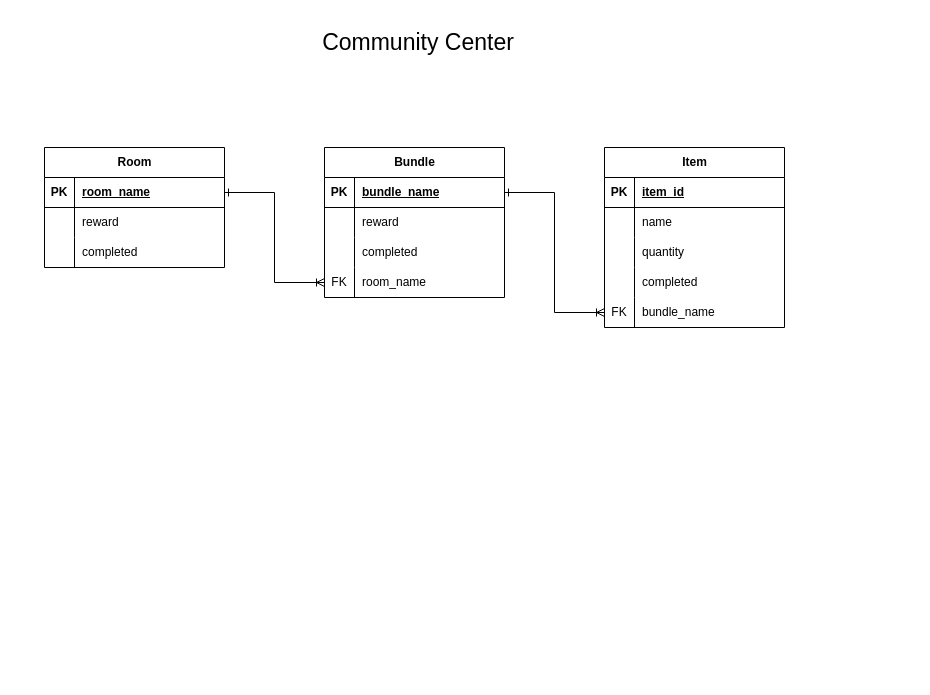
Earlier version of the draw.io diagram database.drawio (arapg/stardew-valley-tracker). Source tidied: cells renumbered, new cells numbered last; positions are measured from the earlier drawing's top-left corner, leaving out a move shared by most shapes. Both pictures are drawn from the tidied source at 100%, with x=0, y=0 at pixel (44, 17).
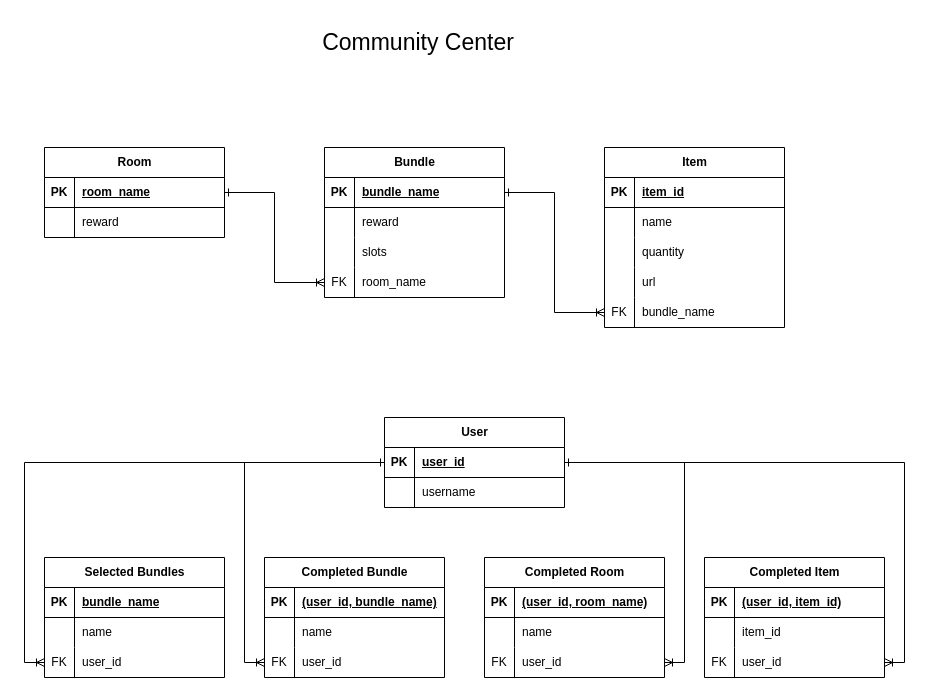
The same diagram, later.

Unchanged cells that the change refers to:
```xml
<mxCell id="13" value="Bundle" style="shape=table;startSize=30;childLayout=tableLayout;rowLines=0;fontStyle=1;align=center;html=1;swimlaneLine=1;" parent="1" vertex="1">
  <mxGeometry x="280" y="130" width="180" height="150" as="geometry" />
</mxCell>
<mxCell id="36" style="shape=tableRow;horizontal=0;startSize=0;swimlaneHead=0;swimlaneBody=0;fillColor=none;top=0;left=0;right=0;bottom=0;" parent="26" vertex="1">
  <mxGeometry y="120" width="180" height="30" as="geometry" />
</mxCell>
```

Diff of the diagram source:
```diff
@@
     <mxCell id="2" value="Room" style="shape=table;startSize=30;childLayout=tableLayout;rowLines=0;fontStyle=1;align=center;html=1;" parent="1" vertex="1">
-      <mxGeometry y="130" width="180" height="120" as="geometry" />
+      <mxGeometry y="130" width="180" height="90" as="geometry" />
     </mxCell>
@@
-    <mxCell id="9" style="shape=tableRow;horizontal=0;startSize=0;swimlaneHead=0;swimlaneBody=0;fillColor=none;top=0;left=0;right=0;bottom=0;" parent="2" vertex="1">
-      <mxGeometry y="90" width="180" height="30" as="geometry" />
-    </mxCell>
-    <mxCell id="10" style="shape=partialRectangle;fillColor=none;top=0;left=0;bottom=0;right=0;overflow=hidden;whiteSpace=wrap;html=1;" parent="9" vertex="1">
-      <mxGeometry width="30" height="30" as="geometry" />
-    </mxCell>
-    <mxCell id="11" value="completed" style="shape=partialRectangle;fillColor=none;top=0;left=0;bottom=0;right=0;align=left;spacingLeft=6;overflow=hidden;whiteSpace=wrap;html=1;" parent="9" vertex="1">
-      <mxGeometry x="30" width="150" height="30" as="geometry" />
-    </mxCell>
@@
-    <mxCell id="20" style="shape=tableRow;horizontal=0;startSize=0;swimlaneHead=0;swimlaneBody=0;fillColor=none;top=0;left=0;right=0;bottom=0;" parent="13" vertex="1">
-      <mxGeometry y="90" width="180" height="30" as="geometry" />
-    </mxCell>
-    <mxCell id="21" style="shape=partialRectangle;fillColor=none;top=0;left=0;bottom=0;right=0;overflow=hidden;whiteSpace=wrap;html=1;" parent="20" vertex="1">
-      <mxGeometry width="30" height="30" as="geometry" />
-    </mxCell>
-    <mxCell id="22" value="completed" style="shape=partialRectangle;fillColor=none;top=0;left=0;bottom=0;right=0;align=left;spacingLeft=6;overflow=hidden;whiteSpace=wrap;html=1;" parent="20" vertex="1">
-      <mxGeometry x="30" width="150" height="30" as="geometry" />
-    </mxCell>
+    <mxCell id="44" style="shape=tableRow;horizontal=0;startSize=0;swimlaneHead=0;swimlaneBody=0;fillColor=none;top=0;left=0;right=0;bottom=0;" parent="13" vertex="1">
+      <mxGeometry y="90" width="180" height="30" as="geometry" />
+    </mxCell>
+    <mxCell id="45" style="shape=partialRectangle;fillColor=none;top=0;left=0;bottom=0;right=0;overflow=hidden;whiteSpace=wrap;html=1;" parent="44" vertex="1">
+      <mxGeometry width="30" height="30" as="geometry" />
+    </mxCell>
+    <mxCell id="46" value="slots" style="shape=partialRectangle;fillColor=none;top=0;left=0;bottom=0;right=0;align=left;spacingLeft=6;overflow=hidden;whiteSpace=wrap;html=1;" parent="44" vertex="1">
+      <mxGeometry x="30" width="150" height="30" as="geometry" />
+    </mxCell>
@@
-    <mxCell id="38" value="completed" style="shape=partialRectangle;fillColor=none;top=0;left=0;bottom=0;right=0;align=left;spacingLeft=6;overflow=hidden;whiteSpace=wrap;html=1;" parent="36" vertex="1">
+    <mxCell id="38" value="url" style="shape=partialRectangle;fillColor=none;top=0;left=0;bottom=0;right=0;align=left;spacingLeft=6;overflow=hidden;whiteSpace=wrap;html=1;" parent="36" vertex="1">
       <mxGeometry x="30" width="150" height="30" as="geometry" />
     </mxCell>
@@
+    <mxCell id="47" style="edgeStyle=orthogonalEdgeStyle;rounded=0;jettySize=auto;html=1;entryX=1;entryY=0.5;entryDx=0;entryDy=0;endArrow=ERoneToMany;endFill=0;" parent="1" edge="1" source="48" target="92">
+      <mxGeometry relative="1" as="geometry">
+        <Array as="points">
+          <mxPoint x="860" y="445" />
+          <mxPoint x="860" y="645" />
+        </Array>
+      </mxGeometry>
+    </mxCell>
+    <mxCell id="48" value="User" style="shape=table;startSize=30;childLayout=tableLayout;rowLines=0;fontStyle=1;align=center;html=1;" parent="1" vertex="1">
+      <mxGeometry x="340" y="400" width="180" height="90" as="geometry" />
+    </mxCell>
+    <mxCell id="49" style="shape=tableRow;horizontal=0;startSize=0;swimlaneHead=0;swimlaneBody=0;fillColor=none;points=[[0,0.5],[1,0.5]];portConstraint=eastwest;top=0;left=0;right=0;bottom=1;" parent="48" vertex="1">
+      <mxGeometry y="30" width="180" height="30" as="geometry" />
+    </mxCell>
+    <mxCell id="50" value="PK" style="shape=partialRectangle;fillColor=none;top=0;left=0;bottom=0;right=0;fontStyle=1;overflow=hidden;whiteSpace=wrap;html=1;" parent="49" vertex="1">
+      <mxGeometry width="30" height="30" as="geometry" />
+    </mxCell>
+    <mxCell id="51" value="user_id" style="shape=partialRectangle;fillColor=none;top=0;left=0;bottom=0;right=0;align=left;spacingLeft=6;fontStyle=5;overflow=hidden;whiteSpace=wrap;html=1;" parent="49" vertex="1">
+      <mxGeometry x="30" width="150" height="30" as="geometry" />
+    </mxCell>
+    <mxCell id="52" style="shape=tableRow;horizontal=0;startSize=0;swimlaneHead=0;swimlaneBody=0;fillColor=none;top=0;left=0;right=0;bottom=0;" parent="48" vertex="1">
+      <mxGeometry y="60" width="180" height="30" as="geometry" />
+    </mxCell>
+    <mxCell id="53" style="shape=partialRectangle;fillColor=none;top=0;left=0;bottom=0;right=0;overflow=hidden;whiteSpace=wrap;html=1;" parent="52" vertex="1">
+      <mxGeometry width="30" height="30" as="geometry" />
+    </mxCell>
+    <mxCell id="54" value="username" style="shape=partialRectangle;fillColor=none;top=0;left=0;bottom=0;right=0;align=left;spacingLeft=6;overflow=hidden;whiteSpace=wrap;html=1;" parent="52" vertex="1">
+      <mxGeometry x="30" width="150" height="30" as="geometry" />
+    </mxCell>
+    <mxCell id="55" value="Selected Bundles" style="shape=table;startSize=30;childLayout=tableLayout;rowLines=0;fontStyle=1;align=center;html=1;swimlaneLine=1;" parent="1" vertex="1">
+      <mxGeometry y="540" width="180" height="120" as="geometry" />
+    </mxCell>
+    <mxCell id="56" style="shape=tableRow;horizontal=0;startSize=0;swimlaneHead=0;swimlaneBody=0;fillColor=none;top=0;left=0;right=0;bottom=1;" parent="55" vertex="1">
+      <mxGeometry y="30" width="180" height="30" as="geometry" />
+    </mxCell>
+    <mxCell id="57" value="PK" style="shape=partialRectangle;fillColor=none;top=0;left=0;bottom=0;right=0;fontStyle=1;overflow=hidden;whiteSpace=wrap;html=1;" parent="56" vertex="1">
+      <mxGeometry width="30" height="30" as="geometry" />
+    </mxCell>
+    <mxCell id="58" value="bundle_name" style="shape=partialRectangle;fillColor=none;top=0;left=0;bottom=0;right=0;align=left;spacingLeft=6;fontStyle=5;overflow=hidden;whiteSpace=wrap;html=1;" parent="56" vertex="1">
+      <mxGeometry x="30" width="150" height="30" as="geometry" />
+    </mxCell>
+    <mxCell id="59" style="shape=tableRow;horizontal=0;startSize=0;swimlaneHead=0;swimlaneBody=0;fillColor=none;top=0;left=0;right=0;bottom=0;" parent="55" vertex="1">
+      <mxGeometry y="60" width="180" height="30" as="geometry" />
+    </mxCell>
+    <mxCell id="60" style="shape=partialRectangle;fillColor=none;top=0;left=0;bottom=0;right=0;overflow=hidden;whiteSpace=wrap;html=1;" parent="59" vertex="1">
+      <mxGeometry width="30" height="30" as="geometry" />
+    </mxCell>
+    <mxCell id="61" value="name" style="shape=partialRectangle;fillColor=none;top=0;left=0;bottom=0;right=0;align=left;spacingLeft=6;overflow=hidden;whiteSpace=wrap;html=1;" parent="59" vertex="1">
+      <mxGeometry x="30" width="150" height="30" as="geometry" />
+    </mxCell>
+    <mxCell id="62" style="shape=tableRow;horizontal=0;startSize=0;swimlaneHead=0;swimlaneBody=0;fillColor=none;points=[[0,0.5],[1,0.5]];portConstraint=eastwest;top=0;left=0;right=0;bottom=0;" parent="55" vertex="1">
+      <mxGeometry y="90" width="180" height="30" as="geometry" />
+    </mxCell>
+    <mxCell id="63" value="FK" style="shape=partialRectangle;fillColor=none;top=0;left=0;bottom=0;right=0;overflow=hidden;whiteSpace=wrap;html=1;" parent="62" vertex="1">
+      <mxGeometry width="30" height="30" as="geometry" />
+    </mxCell>
+    <mxCell id="64" value="user_id" style="shape=partialRectangle;fillColor=none;top=0;left=0;bottom=0;right=0;align=left;spacingLeft=6;overflow=hidden;whiteSpace=wrap;html=1;" parent="62" vertex="1">
+      <mxGeometry x="30" width="150" height="30" as="geometry" />
+    </mxCell>
+    <mxCell id="65" value="Completed Bundle" style="shape=table;startSize=30;childLayout=tableLayout;rowLines=0;fontStyle=1;align=center;html=1;swimlaneLine=1;" parent="1" vertex="1">
+      <mxGeometry x="220" y="540" width="180" height="120" as="geometry" />
+    </mxCell>
+    <mxCell id="66" style="shape=tableRow;horizontal=0;startSize=0;swimlaneHead=0;swimlaneBody=0;fillColor=none;top=0;left=0;right=0;bottom=1;" parent="65" vertex="1">
+      <mxGeometry y="30" width="180" height="30" as="geometry" />
+    </mxCell>
+    <mxCell id="67" value="PK" style="shape=partialRectangle;fillColor=none;top=0;left=0;bottom=0;right=0;fontStyle=1;overflow=hidden;whiteSpace=wrap;html=1;" parent="66" vertex="1">
+      <mxGeometry width="30" height="30" as="geometry" />
+    </mxCell>
+    <mxCell id="68" value="(user_id, bundle_name)" style="shape=partialRectangle;fillColor=none;top=0;left=0;bottom=0;right=0;align=left;spacingLeft=6;fontStyle=5;overflow=hidden;whiteSpace=wrap;html=1;" parent="66" vertex="1">
+      <mxGeometry x="30" width="150" height="30" as="geometry" />
+    </mxCell>
+    <mxCell id="69" style="shape=tableRow;horizontal=0;startSize=0;swimlaneHead=0;swimlaneBody=0;fillColor=none;top=0;left=0;right=0;bottom=0;" parent="65" vertex="1">
+      <mxGeometry y="60" width="180" height="30" as="geometry" />
+    </mxCell>
+    <mxCell id="70" style="shape=partialRectangle;fillColor=none;top=0;left=0;bottom=0;right=0;overflow=hidden;whiteSpace=wrap;html=1;" parent="69" vertex="1">
+      <mxGeometry width="30" height="30" as="geometry" />
+    </mxCell>
+    <mxCell id="71" value="name" style="shape=partialRectangle;fillColor=none;top=0;left=0;bottom=0;right=0;align=left;spacingLeft=6;overflow=hidden;whiteSpace=wrap;html=1;" parent="69" vertex="1">
+      <mxGeometry x="30" width="150" height="30" as="geometry" />
+    </mxCell>
+    <mxCell id="72" style="shape=tableRow;horizontal=0;startSize=0;swimlaneHead=0;swimlaneBody=0;fillColor=none;points=[[0,0.5],[1,0.5]];portConstraint=eastwest;top=0;left=0;right=0;bottom=0;" parent="65" vertex="1">
+      <mxGeometry y="90" width="180" height="30" as="geometry" />
+    </mxCell>
+    <mxCell id="73" value="FK" style="shape=partialRectangle;fillColor=none;top=0;left=0;bottom=0;right=0;overflow=hidden;whiteSpace=wrap;html=1;" parent="72" vertex="1">
+      <mxGeometry width="30" height="30" as="geometry" />
+    </mxCell>
+    <mxCell id="74" value="user_id" style="shape=partialRectangle;fillColor=none;top=0;left=0;bottom=0;right=0;align=left;spacingLeft=6;overflow=hidden;whiteSpace=wrap;html=1;" parent="72" vertex="1">
+      <mxGeometry x="30" width="150" height="30" as="geometry" />
+    </mxCell>
+    <mxCell id="75" value="Completed Room" style="shape=table;startSize=30;childLayout=tableLayout;rowLines=0;fontStyle=1;align=center;html=1;swimlaneLine=1;" parent="1" vertex="1">
+      <mxGeometry x="440" y="540" width="180" height="120" as="geometry" />
+    </mxCell>
+    <mxCell id="76" style="shape=tableRow;horizontal=0;startSize=0;swimlaneHead=0;swimlaneBody=0;fillColor=none;top=0;left=0;right=0;bottom=1;" parent="75" vertex="1">
+      <mxGeometry y="30" width="180" height="30" as="geometry" />
+    </mxCell>
+    <mxCell id="77" value="PK" style="shape=partialRectangle;fillColor=none;top=0;left=0;bottom=0;right=0;fontStyle=1;overflow=hidden;whiteSpace=wrap;html=1;" parent="76" vertex="1">
+      <mxGeometry width="30" height="30" as="geometry" />
+    </mxCell>
+    <mxCell id="78" value="(user_id, room_name)" style="shape=partialRectangle;fillColor=none;top=0;left=0;bottom=0;right=0;align=left;spacingLeft=6;fontStyle=5;overflow=hidden;whiteSpace=wrap;html=1;" parent="76" vertex="1">
+      <mxGeometry x="30" width="150" height="30" as="geometry" />
+    </mxCell>
+    <mxCell id="79" style="shape=tableRow;horizontal=0;startSize=0;swimlaneHead=0;swimlaneBody=0;fillColor=none;top=0;left=0;right=0;bottom=0;" parent="75" vertex="1">
+      <mxGeometry y="60" width="180" height="30" as="geometry" />
+    </mxCell>
+    <mxCell id="80" style="shape=partialRectangle;fillColor=none;top=0;left=0;bottom=0;right=0;overflow=hidden;whiteSpace=wrap;html=1;" parent="79" vertex="1">
+      <mxGeometry width="30" height="30" as="geometry" />
+    </mxCell>
+    <mxCell id="81" value="name" style="shape=partialRectangle;fillColor=none;top=0;left=0;bottom=0;right=0;align=left;spacingLeft=6;overflow=hidden;whiteSpace=wrap;html=1;" parent="79" vertex="1">
+      <mxGeometry x="30" width="150" height="30" as="geometry" />
+    </mxCell>
+    <mxCell id="82" style="shape=tableRow;horizontal=0;startSize=0;swimlaneHead=0;swimlaneBody=0;fillColor=none;points=[[0,0.5],[1,0.5]];portConstraint=eastwest;top=0;left=0;right=0;bottom=0;" parent="75" vertex="1">
+      <mxGeometry y="90" width="180" height="30" as="geometry" />
+    </mxCell>
+    <mxCell id="83" value="FK" style="shape=partialRectangle;fillColor=none;top=0;left=0;bottom=0;right=0;overflow=hidden;whiteSpace=wrap;html=1;" parent="82" vertex="1">
+      <mxGeometry width="30" height="30" as="geometry" />
+    </mxCell>
+    <mxCell id="84" value="user_id" style="shape=partialRectangle;fillColor=none;top=0;left=0;bottom=0;right=0;align=left;spacingLeft=6;overflow=hidden;whiteSpace=wrap;html=1;" parent="82" vertex="1">
+      <mxGeometry x="30" width="150" height="30" as="geometry" />
+    </mxCell>
+    <mxCell id="85" value="Completed Item" style="shape=table;startSize=30;childLayout=tableLayout;rowLines=0;fontStyle=1;align=center;html=1;swimlaneLine=1;" parent="1" vertex="1">
+      <mxGeometry x="660" y="540" width="180" height="120" as="geometry" />
+    </mxCell>
+    <mxCell id="86" style="shape=tableRow;horizontal=0;startSize=0;swimlaneHead=0;swimlaneBody=0;fillColor=none;top=0;left=0;right=0;bottom=1;" parent="85" vertex="1">
+      <mxGeometry y="30" width="180" height="30" as="geometry" />
+    </mxCell>
+    <mxCell id="87" value="PK" style="shape=partialRectangle;fillColor=none;top=0;left=0;bottom=0;right=0;fontStyle=1;overflow=hidden;whiteSpace=wrap;html=1;" parent="86" vertex="1">
+      <mxGeometry width="30" height="30" as="geometry" />
+    </mxCell>
+    <mxCell id="88" value="(user_id, item_id)" style="shape=partialRectangle;fillColor=none;top=0;left=0;bottom=0;right=0;align=left;spacingLeft=6;fontStyle=5;overflow=hidden;whiteSpace=wrap;html=1;" parent="86" vertex="1">
+      <mxGeometry x="30" width="150" height="30" as="geometry" />
+    </mxCell>
+    <mxCell id="89" style="shape=tableRow;horizontal=0;startSize=0;swimlaneHead=0;swimlaneBody=0;fillColor=none;top=0;left=0;right=0;bottom=0;" parent="85" vertex="1">
+      <mxGeometry y="60" width="180" height="30" as="geometry" />
+    </mxCell>
+    <mxCell id="90" style="shape=partialRectangle;fillColor=none;top=0;left=0;bottom=0;right=0;overflow=hidden;whiteSpace=wrap;html=1;" parent="89" vertex="1">
+      <mxGeometry width="30" height="30" as="geometry" />
+    </mxCell>
+    <mxCell id="91" value="item_id" style="shape=partialRectangle;fillColor=none;top=0;left=0;bottom=0;right=0;align=left;spacingLeft=6;overflow=hidden;whiteSpace=wrap;html=1;" parent="89" vertex="1">
+      <mxGeometry x="30" width="150" height="30" as="geometry" />
+    </mxCell>
+    <mxCell id="92" style="shape=tableRow;horizontal=0;startSize=0;swimlaneHead=0;swimlaneBody=0;fillColor=none;points=[[0,0.5],[1,0.5]];portConstraint=eastwest;top=0;left=0;right=0;bottom=0;" parent="85" vertex="1">
+      <mxGeometry y="90" width="180" height="30" as="geometry" />
+    </mxCell>
+    <mxCell id="93" value="FK" style="shape=partialRectangle;fillColor=none;top=0;left=0;bottom=0;right=0;overflow=hidden;whiteSpace=wrap;html=1;" parent="92" vertex="1">
+      <mxGeometry width="30" height="30" as="geometry" />
+    </mxCell>
+    <mxCell id="94" value="user_id" style="shape=partialRectangle;fillColor=none;top=0;left=0;bottom=0;right=0;align=left;spacingLeft=6;overflow=hidden;whiteSpace=wrap;html=1;" parent="92" vertex="1">
+      <mxGeometry x="30" width="150" height="30" as="geometry" />
+    </mxCell>
+    <mxCell id="95" style="edgeStyle=orthogonalEdgeStyle;rounded=0;jettySize=auto;html=1;exitX=0;exitY=0.5;exitDx=0;exitDy=0;entryX=0;entryY=0.5;entryDx=0;entryDy=0;endArrow=ERoneToMany;endFill=0;" parent="1" edge="1" source="49" target="62">
+      <mxGeometry relative="1" as="geometry" />
+    </mxCell>
+    <mxCell id="96" style="edgeStyle=orthogonalEdgeStyle;rounded=0;jettySize=auto;html=1;entryX=0;entryY=0.5;entryDx=0;entryDy=0;endArrow=ERoneToMany;endFill=0;startArrow=ERone;startFill=0;" parent="1" edge="1" source="49" target="72">
+      <mxGeometry relative="1" as="geometry" />
+    </mxCell>
+    <mxCell id="97" style="edgeStyle=orthogonalEdgeStyle;rounded=0;jettySize=auto;html=1;entryX=1;entryY=0.5;entryDx=0;entryDy=0;endArrow=ERoneToMany;endFill=0;startArrow=ERone;startFill=0;" parent="1" edge="1" source="49" target="82">
+      <mxGeometry relative="1" as="geometry" />
+    </mxCell>
```
